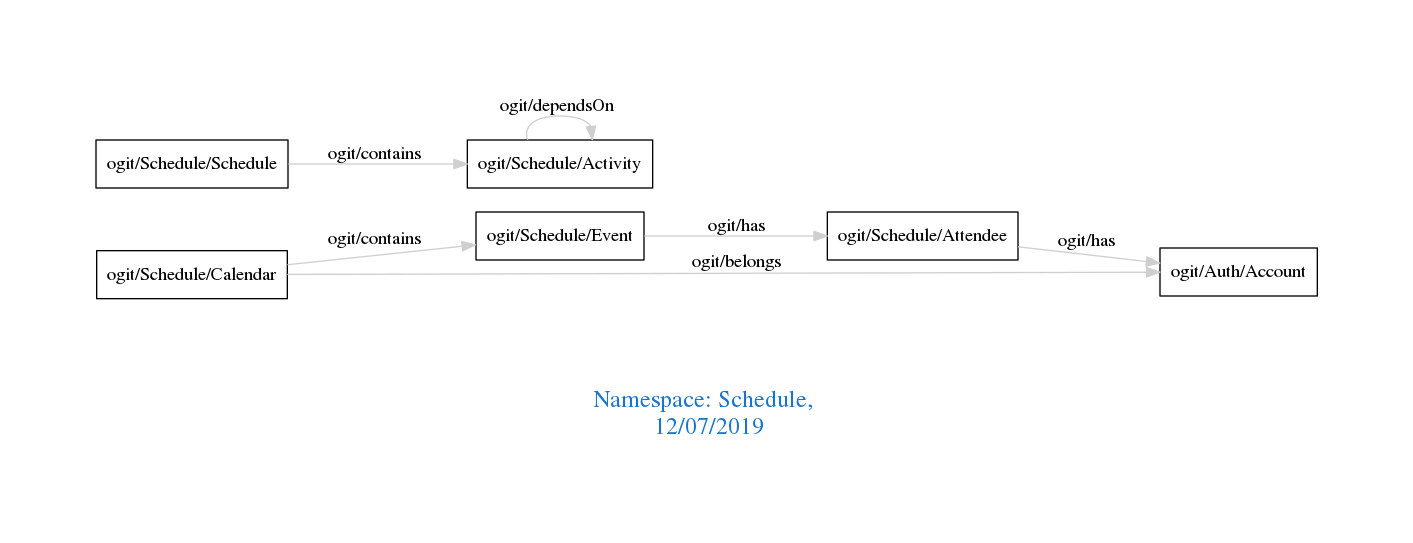
The Graphviz diagram downloads/Schedule.png in arago/OGIT, before a commit. Its source is kept beside it as downloads/Schedule.dot.
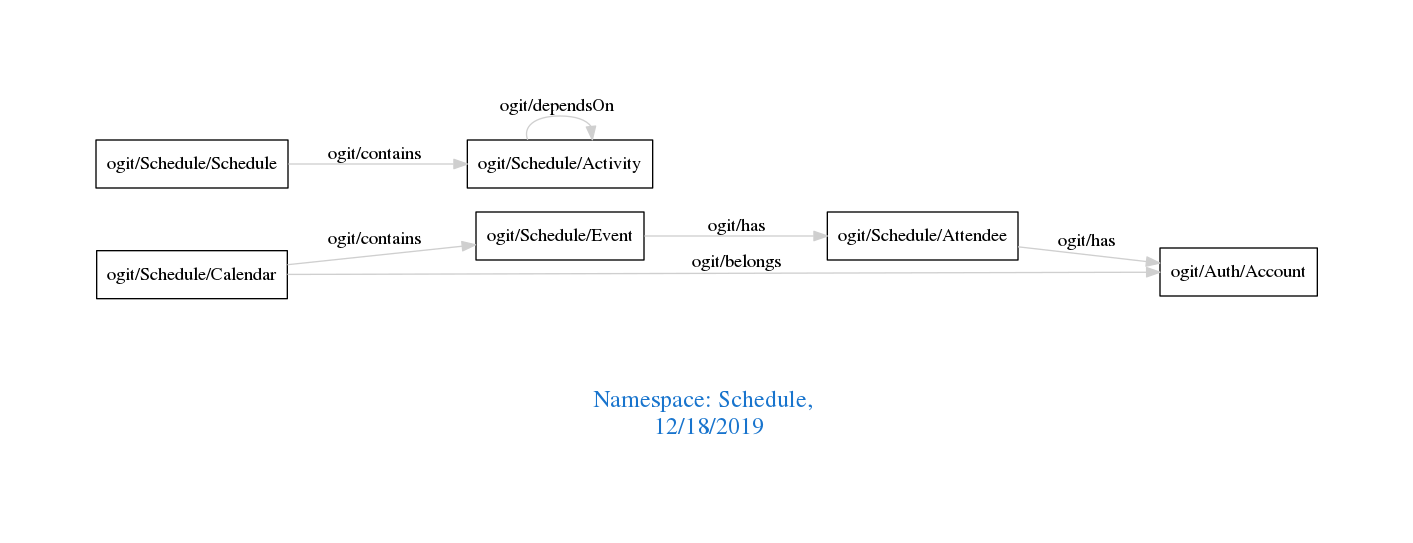
After the change.

The edit, as a diff of the source:
```diff
@@ -1,7 +1,7 @@
 digraph OGIT_ontology {
  graph [ rankdir= LR,pad=1
 fontsize = 18,
-fontcolor= dodgerblue3,label = "\n\n\nNamespace: Schedule, \n 12/07/2019"];
+fontcolor= dodgerblue3,label = "\n\n\nNamespace: Schedule, \n 12/18/2019"];
 node[shape=polygon];
 edge [  color="gray81"];
 
```
